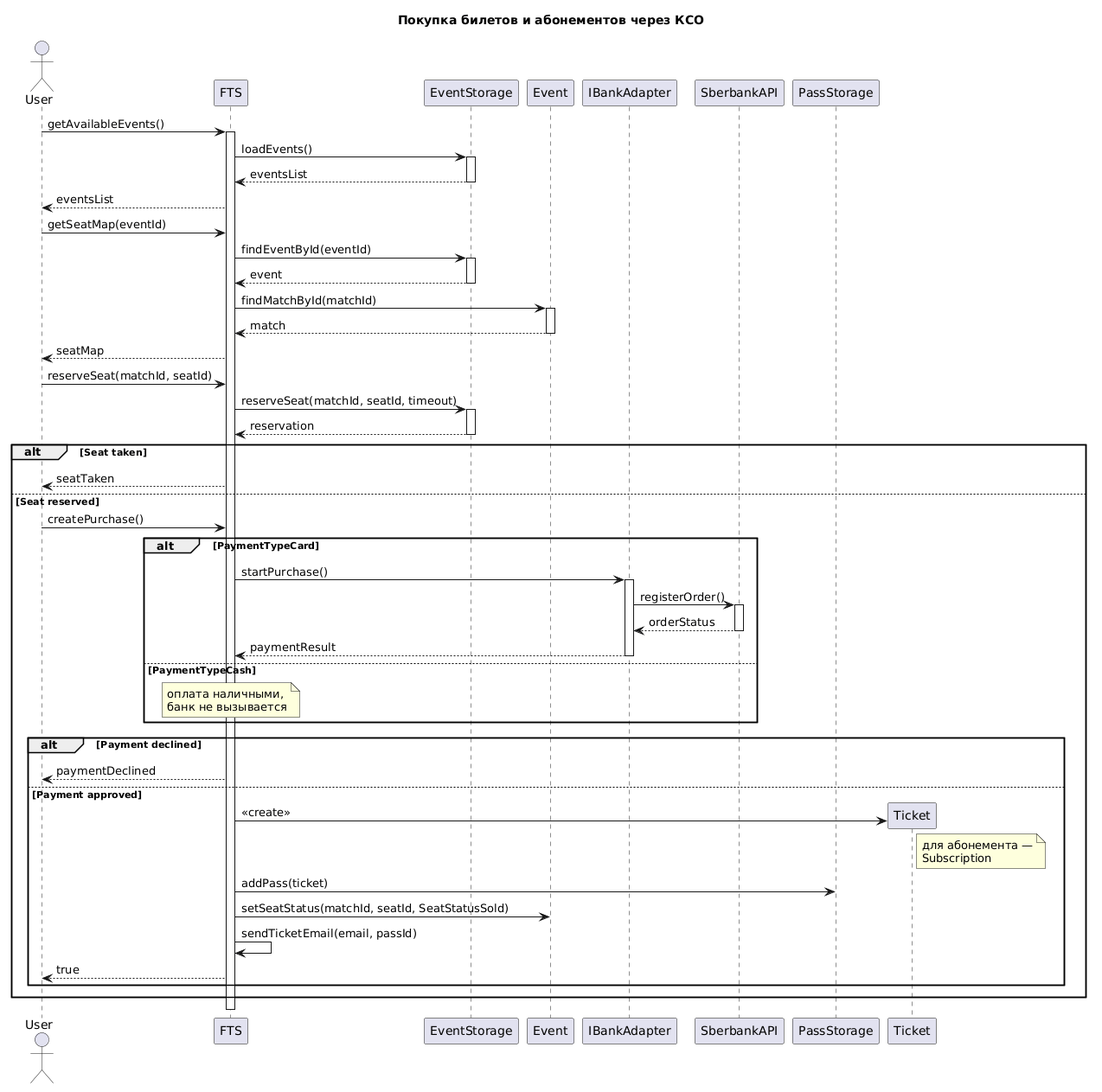
This is source/Диаграмма последовательности - Покупка билетов и абонементов.png from penamarth/bsbo-11-24_team5_var10_football, a PlantUML export, as it was before one commit.
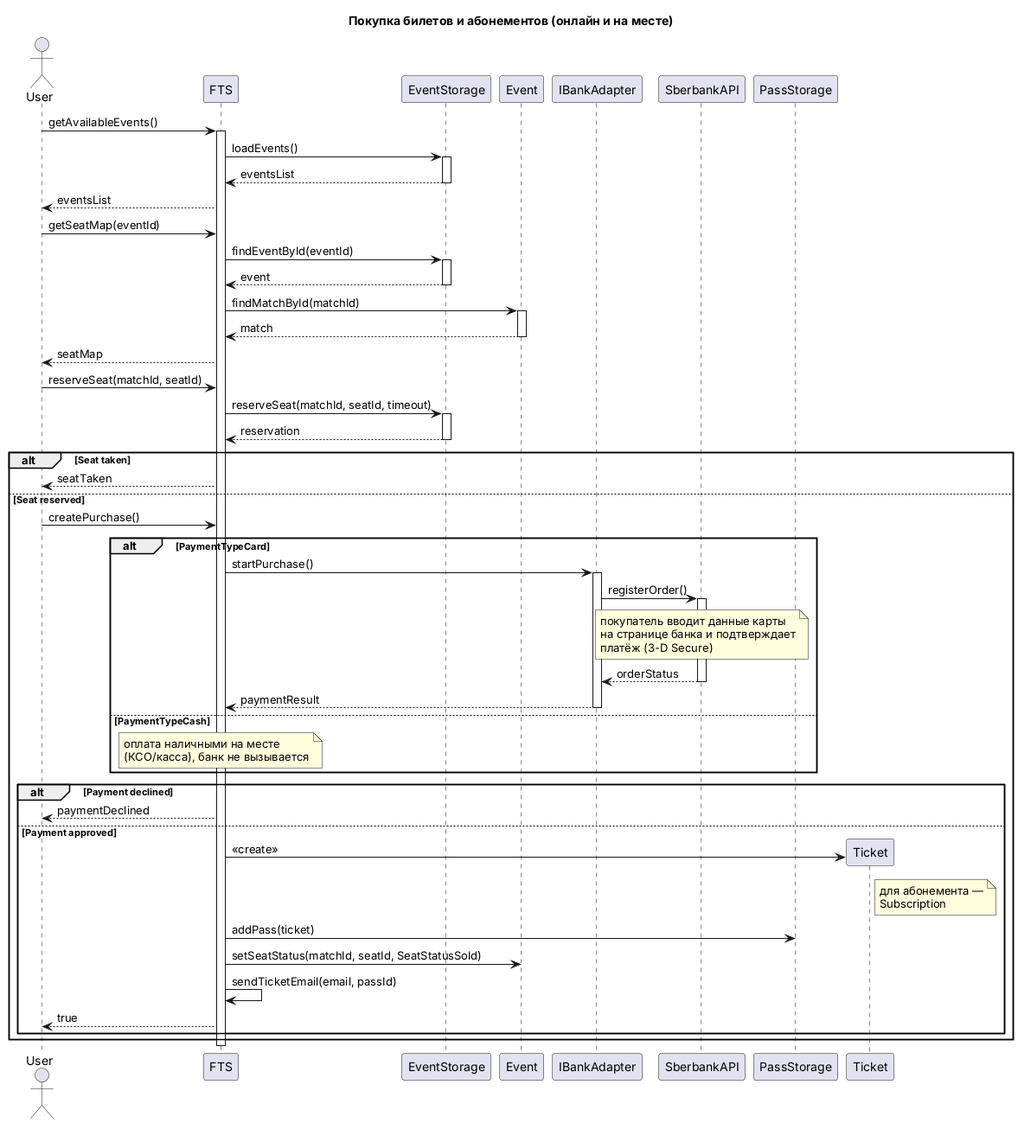
Above is the later version.

Diff of the diagram source:
```diff
@@ -1,5 +1,5 @@
 @startuml
-title Покупка билетов и абонементов через КСО
+title Покупка билетов и абонементов (онлайн и на месте)
 
 actor "User" as User
 participant "FTS" as FTS
@@ -44,12 +44,13 @@
         activate Bank
         Bank -> Sber : registerOrder()
         activate Sber
+        note over Sber : покупатель вводит данные карты\nна странице банка и подтверждает\nплатёж (3-D Secure)
         Sber --> Bank : orderStatus
         deactivate Sber
         Bank --> FTS : paymentResult
         deactivate Bank
     else PaymentTypeCash
-        note over FTS : оплата наличными,\nбанк не вызывается
+        note over FTS : оплата наличными на месте\n(КСО/касса), банк не вызывается
     end
 
     alt Payment declined
```
